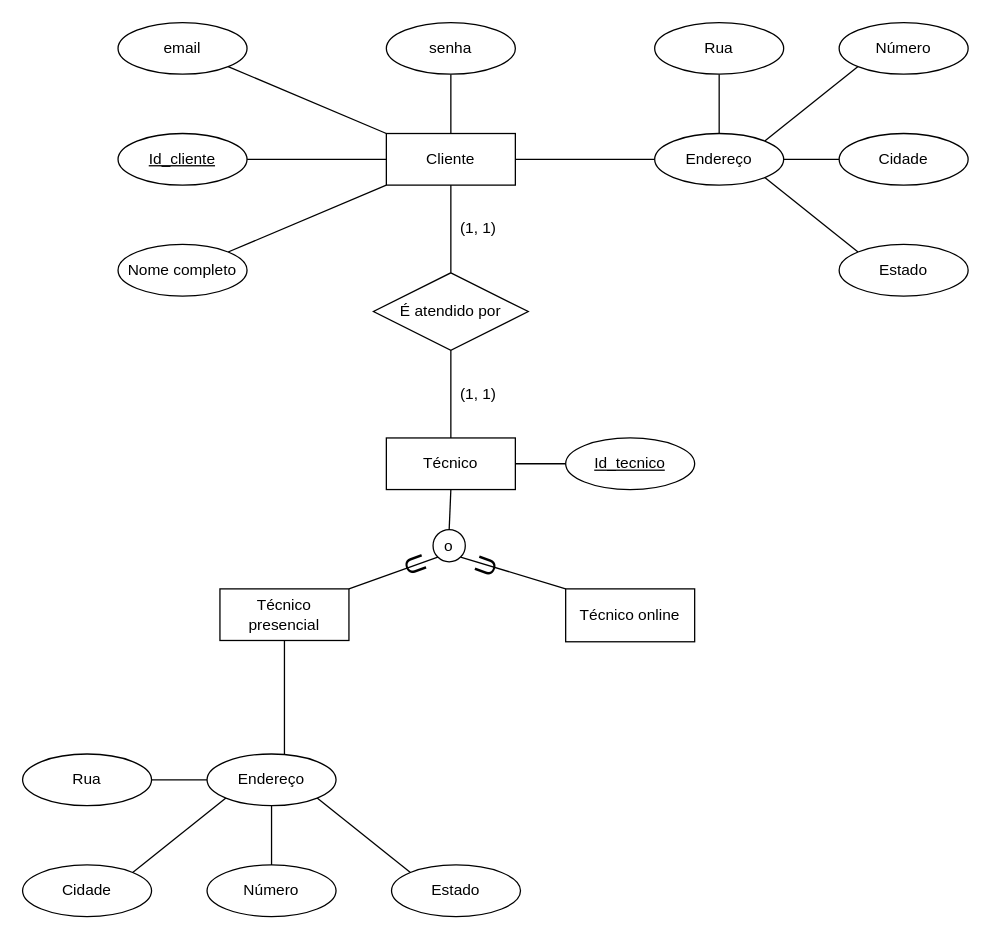
Earlier version of the draw.io diagram page "Diagrama ER" (2 of 4) of Project diagrams and requirements/Tech assistance.drawio (felipepmoreno/Tech-assistanceSoftware). Source tidied: cells renumbered, new cells numbered last; positions are measured from the earlier drawing's top-left corner, leaving out a move shared by most shapes. Both pictures are drawn from the tidied source at 129%, with x=0, y=0 at pixel (22, 22).
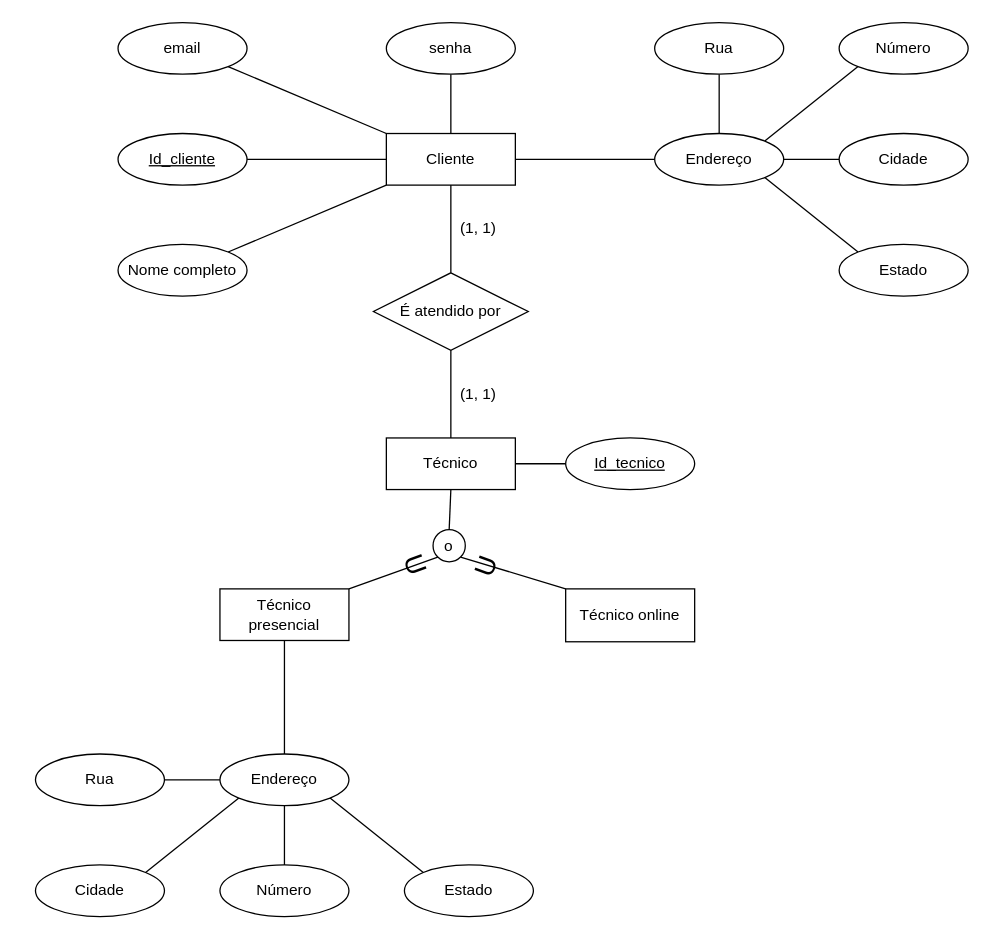
Above is the later version.

Commit message:
Update Tech assistance refazendo o erro q o Felipe fez.drawio

The change refers to these unchanged cells:
```xml
<mxCell id="21" value="Técnico presencial" style="whiteSpace=wrap;html=1;align=center;" parent="1" vertex="1">
  <mxGeometry x="153" y="439" width="100" height="40" as="geometry" />
</mxCell>
```

Change to the diagram source:
```diff
@@
-    <mxCell id="41" style="edgeStyle=none;rounded=0;jettySize=auto;html=1;exitX=0.5;exitY=0;exitDx=0;exitDy=0;entryX=0.5;entryY=1;entryDx=0;entryDy=0;endArrow=none;endFill=0;" parent="1" edge="1" target="21">
-      <mxGeometry relative="1" as="geometry">
-        <mxPoint x="203" y="567" as="sourcePoint" />
-      </mxGeometry>
+    <mxCell id="41" style="edgeStyle=none;rounded=0;jettySize=auto;html=1;exitX=0.5;exitY=0;exitDx=0;exitDy=0;entryX=0.5;entryY=1;entryDx=0;entryDy=0;endArrow=none;endFill=0;" parent="1" edge="1" source="42" target="21">
+      <mxGeometry relative="1" as="geometry" />
     </mxCell>
     <mxCell id="42" value="Endereço" style="ellipse;whiteSpace=wrap;html=1;align=center;" parent="1" vertex="1">
-      <mxGeometry x="143" y="567" width="100" height="40" as="geometry" />
+      <mxGeometry x="153" y="567" width="100" height="40" as="geometry" />
     </mxCell>
     <mxCell id="43" value="Rua" style="ellipse;whiteSpace=wrap;html=1;align=center;" parent="1" vertex="1">
-      <mxGeometry y="567" width="100" height="40" as="geometry" />
+      <mxGeometry x="10" y="567" width="100" height="40" as="geometry" />
     </mxCell>
     <mxCell id="44" value="Número" style="ellipse;whiteSpace=wrap;html=1;align=center;" parent="1" vertex="1">
-      <mxGeometry x="143" y="653" width="100" height="40" as="geometry" />
+      <mxGeometry x="153" y="653" width="100" height="40" as="geometry" />
     </mxCell>
     <mxCell id="45" value="Cidade" style="ellipse;whiteSpace=wrap;html=1;align=center;" parent="1" vertex="1">
-      <mxGeometry y="653" width="100" height="40" as="geometry" />
+      <mxGeometry x="10" y="653" width="100" height="40" as="geometry" />
     </mxCell>
     <mxCell id="46" value="Estado" style="ellipse;whiteSpace=wrap;html=1;align=center;" parent="1" vertex="1">
-      <mxGeometry x="286" y="653" width="100" height="40" as="geometry" />
+      <mxGeometry x="296" y="653" width="100" height="40" as="geometry" />
     </mxCell>
```
